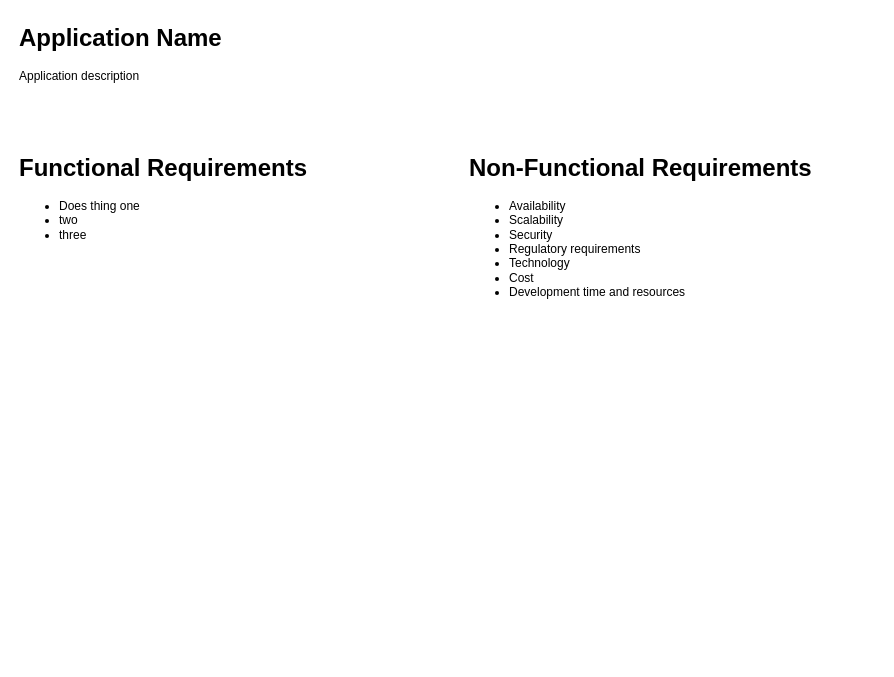
Before: page "Requirements" (1 of 8) of System Design Template.drawio in AdamGMiller/system-design, a draw.io diagram. Source tidied: cells renumbered, new cells numbered last; positions are measured from the earlier drawing's top-left corner, leaving out a move shared by most shapes. Both pictures are drawn from the tidied source at 100%, with x=0, y=0 at pixel (17, 17).
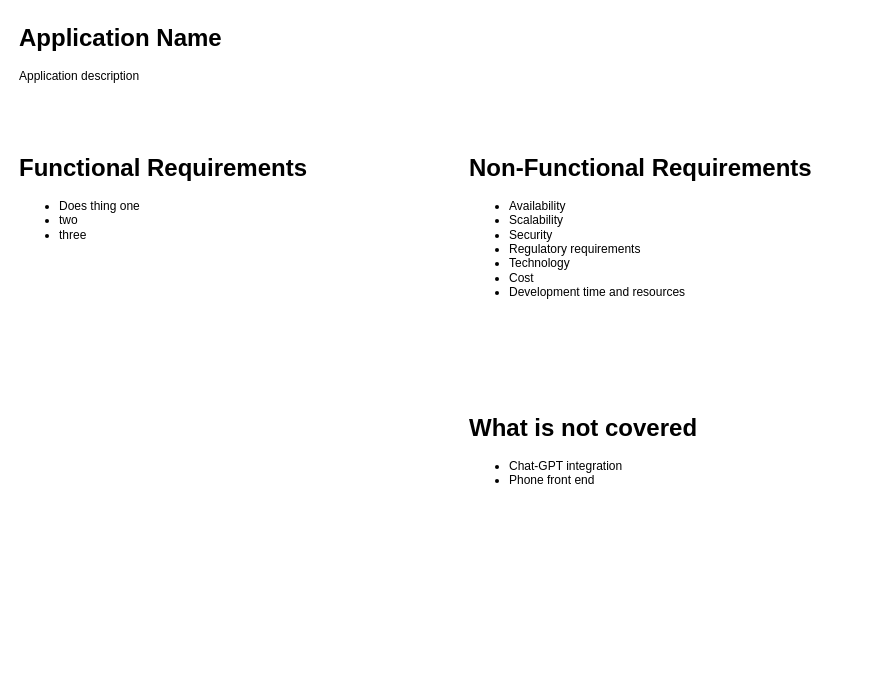
Above is the later version.

What changed in the source:
```diff
@@
 <mxGraphModel>
   <root>
     <mxCell id="0" />
     <mxCell id="1" parent="0" />
     <mxCell id="2" value="&lt;h1 style=&quot;margin-top: 0px;&quot;&gt;Application Name&lt;/h1&gt;&lt;p&gt;Application description&lt;/p&gt;" style="text;html=1;whiteSpace=wrap;overflow=hidden;rounded=0;" parent="1" vertex="1">
       <mxGeometry width="810" height="130" as="geometry" />
     </mxCell>
     <mxCell id="3" value="&lt;h1 style=&quot;margin-top: 0px;&quot;&gt;Non-Functional Requirements&lt;/h1&gt;&lt;p&gt;&lt;/p&gt;&lt;ul&gt;&lt;li&gt;Availability&lt;/li&gt;&lt;li&gt;Scalability&lt;/li&gt;&lt;li&gt;Security&lt;/li&gt;&lt;li&gt;Regulatory requirements&lt;/li&gt;&lt;li&gt;Technology&lt;/li&gt;&lt;li&gt;Cost&lt;/li&gt;&lt;li&gt;Development time and resources&lt;/li&gt;&lt;/ul&gt;&lt;p&gt;&lt;/p&gt;" style="text;html=1;whiteSpace=wrap;overflow=hidden;rounded=0;" parent="1" vertex="1">
       <mxGeometry x="450" y="130" width="410" height="250" as="geometry" />
     </mxCell>
     <mxCell id="4" value="&lt;h1 style=&quot;margin-top: 0px;&quot;&gt;Functional Requirements&lt;/h1&gt;&lt;p&gt;&lt;/p&gt;&lt;ul&gt;&lt;li&gt;Does thing one&lt;/li&gt;&lt;li&gt;two&lt;/li&gt;&lt;li&gt;three&lt;/li&gt;&lt;/ul&gt;&lt;p&gt;&lt;/p&gt;" style="text;html=1;whiteSpace=wrap;overflow=hidden;rounded=0;" parent="1" vertex="1">
       <mxGeometry y="130" width="410" height="250" as="geometry" />
     </mxCell>
+    <mxCell id="5" value="&lt;h1 style=&quot;margin-top: 0px;&quot;&gt;What is not covered&lt;/h1&gt;&lt;p&gt;&lt;/p&gt;&lt;ul&gt;&lt;li&gt;Chat-GPT integration&lt;/li&gt;&lt;li&gt;Phone front end&lt;/li&gt;&lt;/ul&gt;&lt;p&gt;&lt;/p&gt;" style="text;html=1;whiteSpace=wrap;overflow=hidden;rounded=0;" parent="1" vertex="1">
+      <mxGeometry x="450" y="390" width="410" height="250" as="geometry" />
+    </mxCell>
   </root>
 </mxGraphModel>
```
